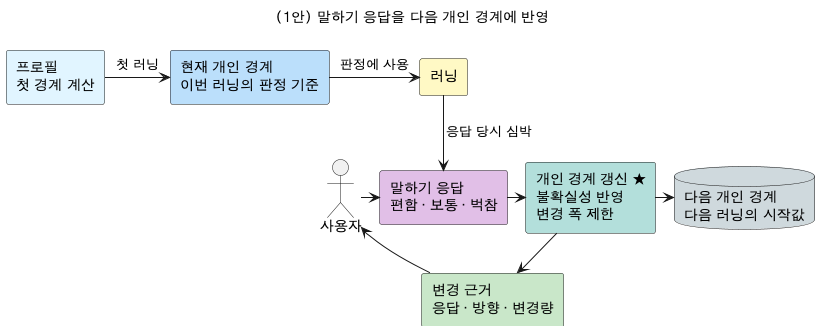
Earlier version of the PlantUML export docs/img/dp-03-adaptability-adopted-simple.png (tenyearslove/zone2runner).
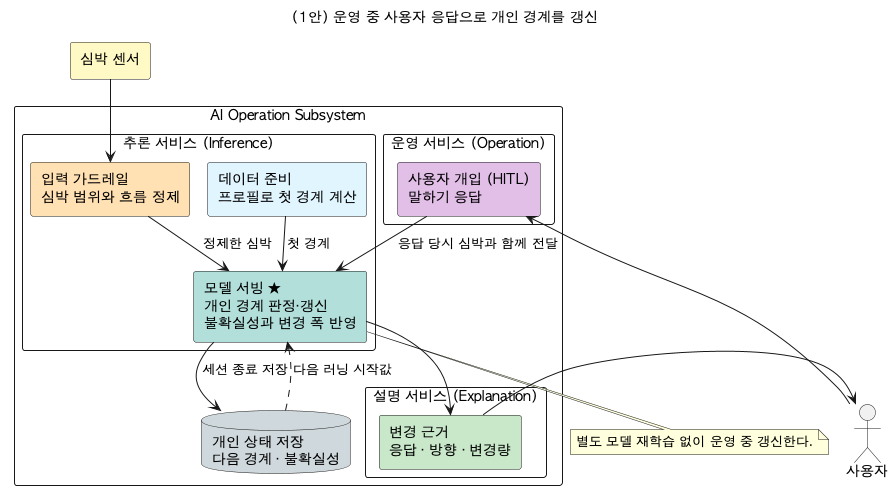
After the change.

The edit, as a diff of the source:
```diff
@@ -1,9 +1,10 @@
 @startuml
 !pragma layout smetana
-title (1안) 말하기 응답을 다음 개인 경계에 반영
+title (1안) 운영 중 사용자 응답으로 개인 경계를 갱신
 
 skinparam defaultFontName "AppleGothic"
 skinparam componentStyle rectangle
+skinparam packageStyle rectangle
 skinparam shadowing false
 skinparam linetype ortho
 skinparam nodesep 24
@@ -11,20 +12,37 @@
 top to bottom direction
 
 actor "사용자" as USER
-component "프로필\n첫 경계 계산" as PROFILE #E1F5FE
-component "현재 개인 경계\n이번 러닝의 판정 기준" as BOUNDARY #BBDEFB
-component "러닝" as RUN #FFF9C4
-component "말하기 응답\n편함 · 보통 · 벅참" as TALK #E1BEE7
-component "개인 경계 갱신 ★\n불확실성 반영\n변경 폭 제한" as UPDATE #B2DFDB
-database "다음 개인 경계\n다음 러닝의 시작값" as NEXT #CFD8DC
-component "변경 근거\n응답 · 방향 · 변경량" as EXPLAIN #C8E6C9
+component "심박 센서" as SENSOR #FFF9C4
 
-PROFILE -right-> BOUNDARY : 첫 러닝
-BOUNDARY -right-> RUN : 판정에 사용
-RUN -down-> TALK : 응답 당시 심박
-USER -right-> TALK
-TALK -right-> UPDATE
-UPDATE -right-> NEXT
-UPDATE -down-> EXPLAIN
-EXPLAIN -left-> USER
+package "AI Operation Subsystem" {
+  package "추론 서비스 (Inference)" {
+    component "데이터 준비\n프로필로 첫 경계 계산" as DATA #E1F5FE
+    component "입력 가드레일\n심박 범위와 흐름 정제" as INPUT #FFE0B2
+    component "모델 서빙 ★\n개인 경계 판정·갱신\n불확실성과 변경 폭 반영" as MODEL #B2DFDB
+    DATA --> MODEL : 첫 경계
+    INPUT --> MODEL : 정제한 심박
+  }
+
+  package "운영 서비스 (Operation)" {
+    component "사용자 개입 (HITL)\n말하기 응답" as HITL #E1BEE7
+  }
+
+  package "설명 서비스 (Explanation)" {
+    component "변경 근거\n응답 · 방향 · 변경량" as EXPLAIN #C8E6C9
+  }
+
+  database "개인 상태 저장\n다음 경계 · 불확실성" as STORE #CFD8DC
+}
+
+SENSOR --> INPUT
+USER -left-> HITL
+HITL --> MODEL : 응답 당시 심박과 함께 전달
+MODEL --> STORE : 세션 종료 저장
+STORE ..> MODEL : 다음 러닝 시작값
+MODEL --> EXPLAIN
+EXPLAIN -right-> USER
+
+note bottom of MODEL
+  별도 모델 재학습 없이 운영 중 갱신한다.
+end note
 @enduml
```
